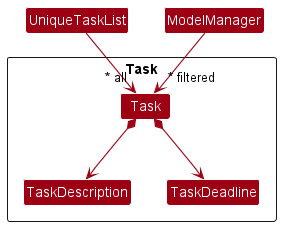
This is docs/images/ModelTaskClassDiagram.png from nus-cs2103-AY2223S1/tp, a PlantUML export, as it was before one commit.
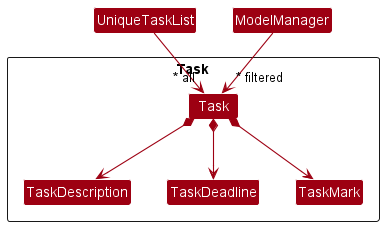
Above is the later version.

What changed in the source:
```diff
@@ -8,6 +8,7 @@
 Class Task
 Class TaskDeadline
 Class TaskDescription
+Class TaskMark
 
 }
 
@@ -17,6 +18,7 @@
 UniqueTaskList --> "~* all" Task
 Task *--> TaskDescription
 Task *--> TaskDeadline
+Task *--> TaskMark
 
 TaskDescription -[hidden]right-> TaskDeadline
 
```
